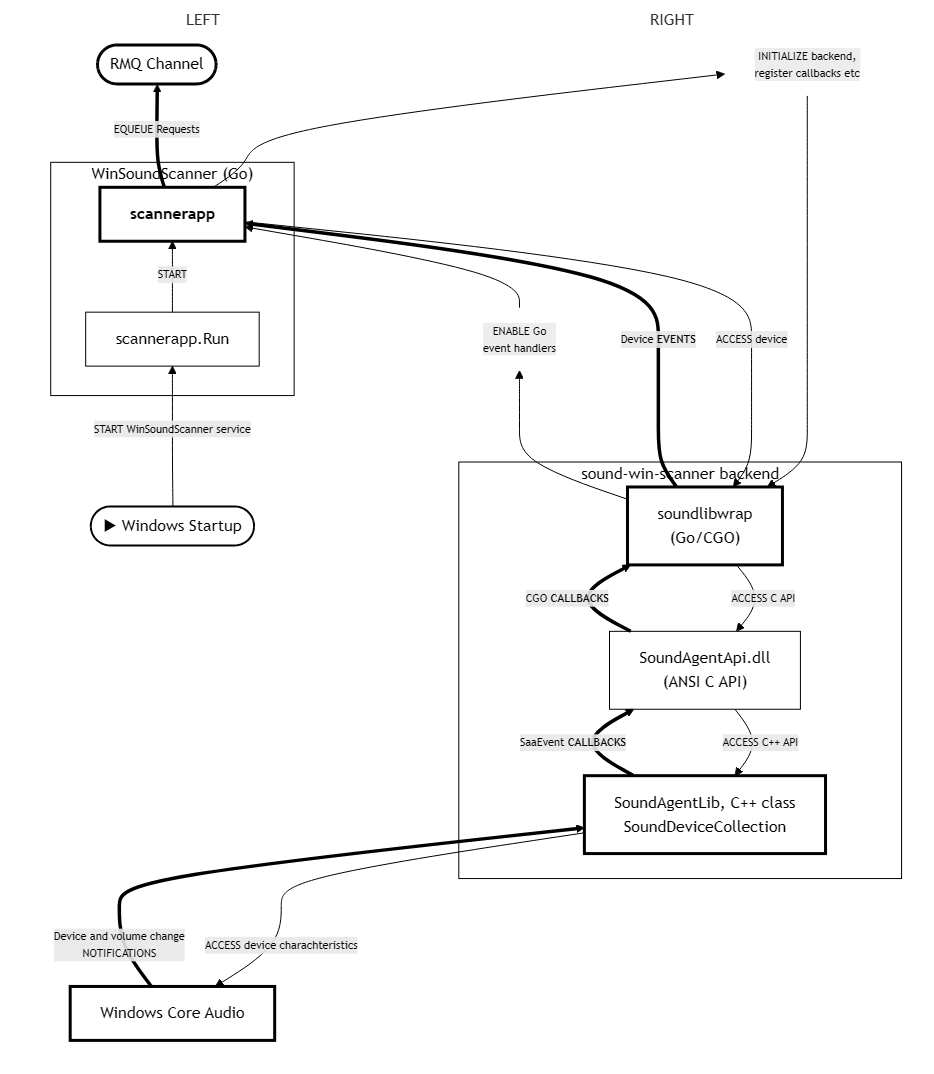
collect-sound-devices/win-sound-dev-go-bridge keeps this Mermaid diagram as docs/module-interaction02.png. Above is the earlier version. Its source is kept beside it as docs/module-interaction02.mmd.
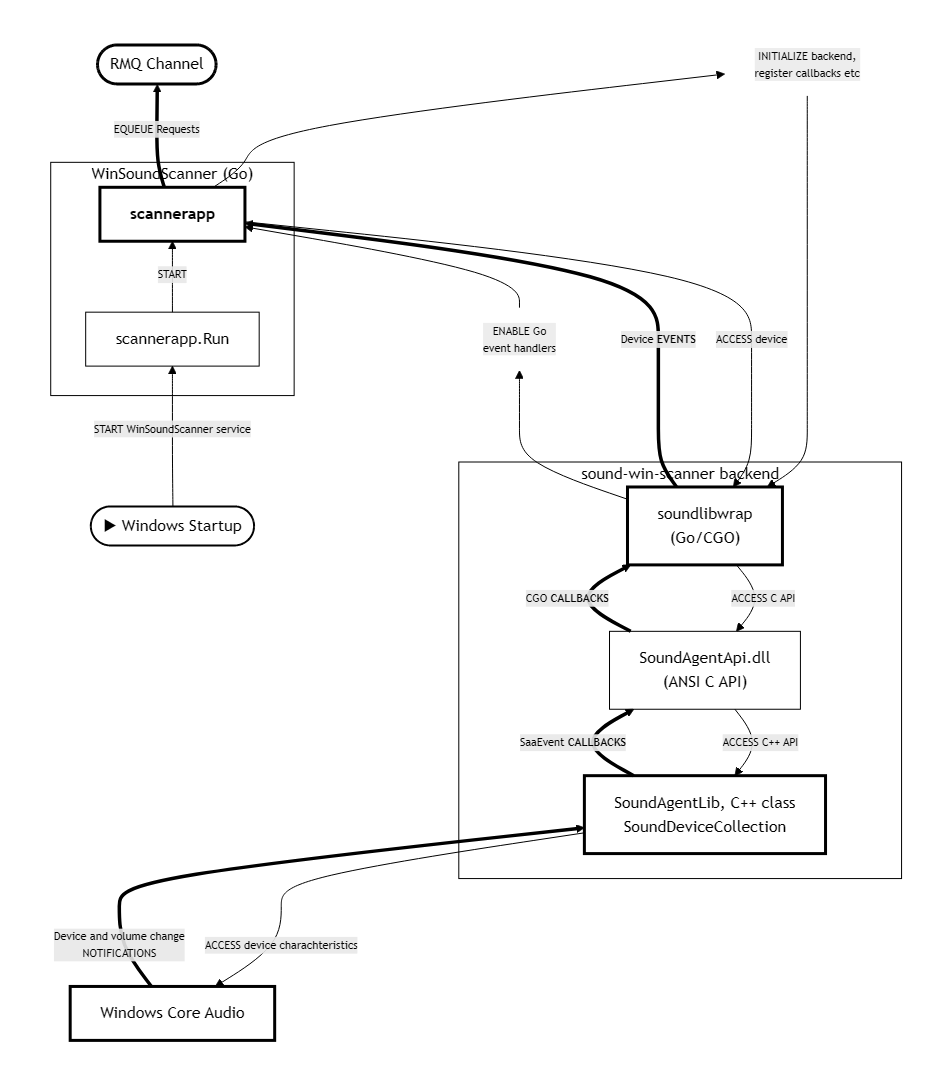
Later version of the same file.

Commit message:
style: update subgraph labels for consistency in module interaction diagram

What changed in the source:
```diff
@@ -5,7 +5,7 @@
   classDef default fill:transparent,stroke:currentColor,color:currentColor;
   classDef bold fill:transparent,stroke:currentColor,stroke-width:3px,color:currentColor;
   linkStyle default stroke:currentColor,color:currentColor;
-subgraph LEFT
+subgraph LEFT["#10;"]
   WIN["Windows Core Audio"]:::bold
 
   SRV(["▶ Windows Startup"]):::startPoint
@@ -25,7 +25,7 @@
 end
 class LEFT transparent
 
-subgraph RIGHT
+subgraph RIGHT["#10;"]
   subgraph BCK["sound-win-scanner backend"]
 	WRAP["soundlibwrap<br>(Go/CGO)"]:::bold
 	DLL["SoundAgentApi.dll<br>(ANSI C API)"]
```
